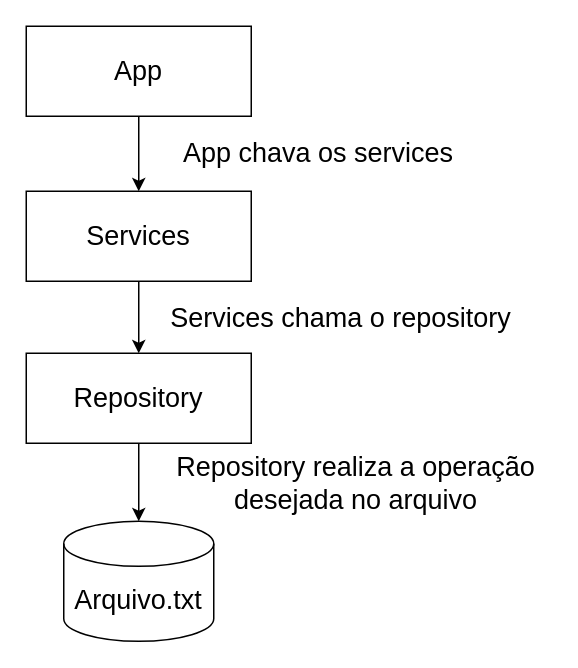
Before: docs/flow.drawio in SamuelLost/projeto-poo, a draw.io diagram. Source tidied: cells renumbered, new cells numbered last; positions are measured from the earlier drawing's top-left corner, leaving out a move shared by most shapes. Both pictures are drawn from the tidied source at 150%, with x=0, y=0 at pixel (26, 26).
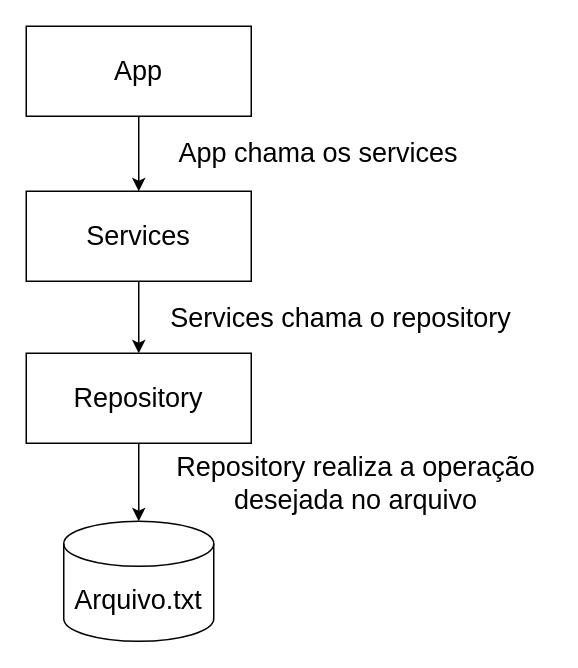
The same diagram, later.

The edit, as a diff of the source:
```diff
@@
 <mxGraphModel>
   <root>
     <mxCell id="0" />
     <mxCell id="1" parent="0" />
     <mxCell id="2" style="edgeStyle=none;html=1;entryX=0.5;entryY=0;entryDx=0;entryDy=0;fontSize=18;" parent="1" edge="1" source="3" target="5">
       <mxGeometry relative="1" as="geometry" />
     </mxCell>
     <mxCell id="3" value="&lt;font style=&quot;font-size: 18px&quot;&gt;App&lt;/font&gt;" style="rounded=0;whiteSpace=wrap;html=1;" parent="1" vertex="1">
       <mxGeometry width="150" height="60" as="geometry" />
     </mxCell>
     <mxCell id="4" style="edgeStyle=none;html=1;entryX=0.5;entryY=0;entryDx=0;entryDy=0;fontSize=18;" parent="1" edge="1" source="5" target="7">
       <mxGeometry relative="1" as="geometry" />
     </mxCell>
     <mxCell id="5" value="&lt;font style=&quot;font-size: 18px&quot;&gt;Services&lt;/font&gt;" style="rounded=0;whiteSpace=wrap;html=1;" parent="1" vertex="1">
       <mxGeometry y="110" width="150" height="60" as="geometry" />
     </mxCell>
     <mxCell id="6" style="edgeStyle=none;html=1;entryX=0.5;entryY=0;entryDx=0;entryDy=0;entryPerimeter=0;fontSize=18;" parent="1" edge="1" source="7" target="8">
       <mxGeometry relative="1" as="geometry" />
     </mxCell>
     <mxCell id="7" value="&lt;font style=&quot;font-size: 18px&quot;&gt;Repository&lt;/font&gt;" style="rounded=0;whiteSpace=wrap;html=1;" parent="1" vertex="1">
       <mxGeometry y="218" width="150" height="60" as="geometry" />
     </mxCell>
     <mxCell id="8" value="Arquivo.txt" style="shape=cylinder3;whiteSpace=wrap;html=1;boundedLbl=1;backgroundOutline=1;size=15;fontSize=18;" parent="1" vertex="1">
       <mxGeometry x="25" y="330" width="100" height="80" as="geometry" />
     </mxCell>
-    <mxCell id="9" value="App chava os services" style="text;html=1;strokeColor=none;fillColor=none;align=center;verticalAlign=middle;whiteSpace=wrap;rounded=0;fontSize=18;" parent="1" vertex="1">
+    <mxCell id="9" value="App chama os services" style="text;html=1;strokeColor=none;fillColor=none;align=center;verticalAlign=middle;whiteSpace=wrap;rounded=0;fontSize=18;" parent="1" vertex="1">
       <mxGeometry x="90" y="70" width="210" height="30" as="geometry" />
     </mxCell>
     <mxCell id="10" value="Services chama o repository" style="text;html=1;strokeColor=none;fillColor=none;align=center;verticalAlign=middle;whiteSpace=wrap;rounded=0;fontSize=18;" parent="1" vertex="1">
       <mxGeometry x="90" y="180" width="240" height="30" as="geometry" />
     </mxCell>
     <mxCell id="11" value="Repository realiza a operação desejada no arquivo" style="text;html=1;strokeColor=none;fillColor=none;align=center;verticalAlign=middle;whiteSpace=wrap;rounded=0;fontSize=18;" parent="1" vertex="1">
       <mxGeometry x="90" y="290" width="260" height="30" as="geometry" />
     </mxCell>
   </root>
 </mxGraphModel>
```
